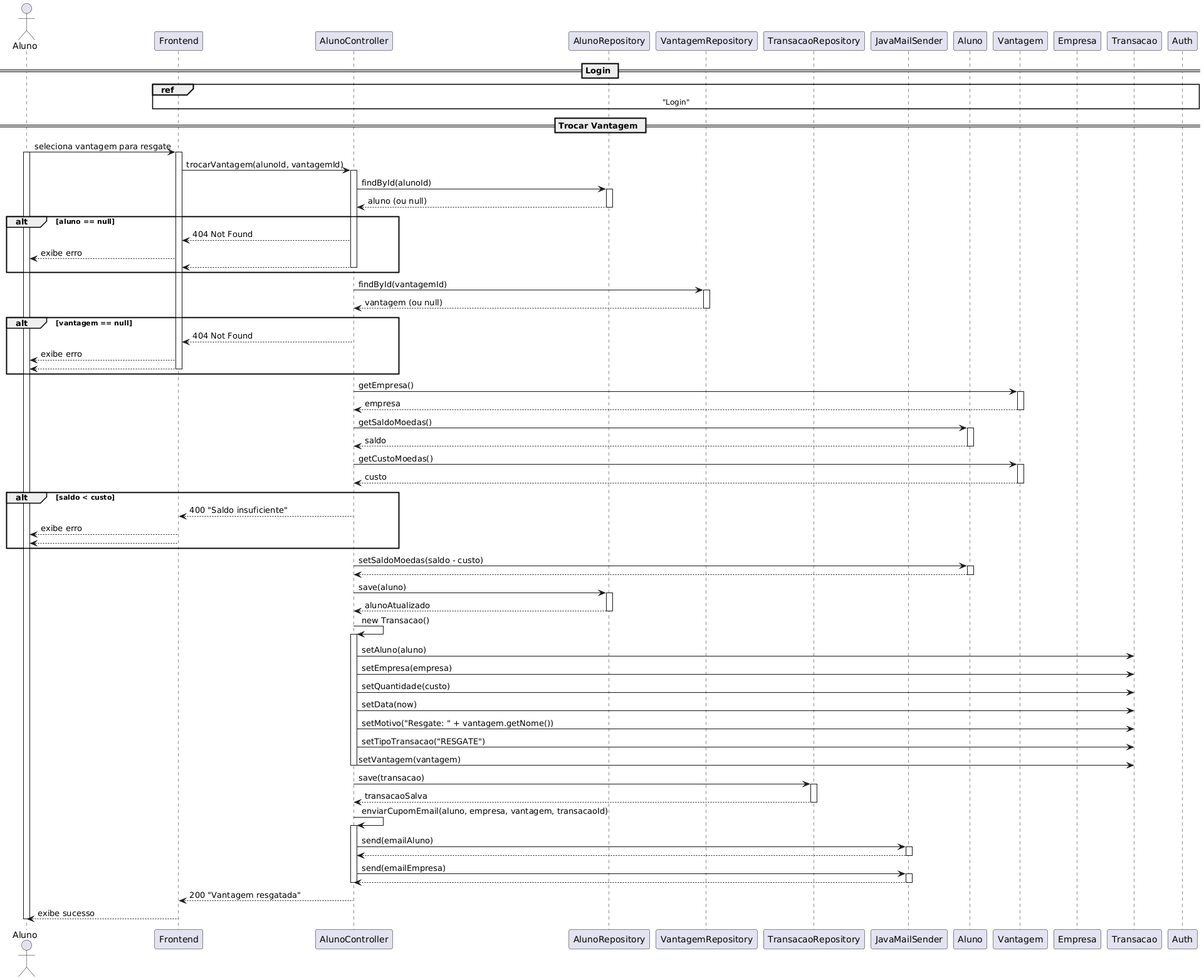
The PlantUML diagram project/Diagramas/Diagramas de Sequência/Trocar Vantagem.png in robinCrobin/Lab3-Sistema-de-moeda-estudantil, before a commit. Its diagram source:
```plantuml
@startuml
actor Aluno as AlunoActor
participant Frontend
participant "AlunoController" as Controller
participant "AlunoRepository" as AlunoRepo
participant "VantagemRepository" as VantagemRepo
participant "TransacaoRepository" as TransRepo
participant "JavaMailSender" as MailSender
participant "Aluno" as AlunoObj
participant "Vantagem" as VantagemObj
participant "Empresa" as EmpresaObj
participant "Transacao" as TransacaoObj

== Login ==
ref over Frontend, Auth
  "Login"
end ref

== Trocar Vantagem ==
AlunoActor -> Frontend : seleciona vantagem para resgate
activate Frontend
activate AlunoActor

Frontend -> Controller : trocarVantagem(alunoId, vantagemId)
activate Controller

Controller -> AlunoRepo : findById(alunoId)
activate AlunoRepo
AlunoRepo --> Controller : aluno (ou null)
deactivate AlunoRepo

alt aluno == null
    Controller --> Frontend : 404 Not Found
    Frontend --> AlunoActor : exibe erro
    return
end

Controller -> VantagemRepo : findById(vantagemId)
activate VantagemRepo
VantagemRepo --> Controller : vantagem (ou null)
deactivate VantagemRepo

alt vantagem == null
    Controller --> Frontend : 404 Not Found
    Frontend --> AlunoActor : exibe erro
    return
end

Controller -> VantagemObj : getEmpresa()
activate VantagemObj
VantagemObj --> Controller : empresa
deactivate VantagemObj

Controller -> AlunoObj : getSaldoMoedas()
activate AlunoObj
AlunoObj --> Controller : saldo
deactivate AlunoObj

Controller -> VantagemObj : getCustoMoedas()
activate VantagemObj
VantagemObj --> Controller : custo
deactivate VantagemObj

alt saldo < custo
    Controller --> Frontend : 400 "Saldo insuficiente"
    Frontend --> AlunoActor : exibe erro
    return
end

Controller -> AlunoObj : setSaldoMoedas(saldo - custo)
activate AlunoObj
AlunoObj --> Controller :
deactivate AlunoObj

Controller -> AlunoRepo : save(aluno)
activate AlunoRepo
AlunoRepo --> Controller : alunoAtualizado
deactivate AlunoRepo

Controller -> Controller : new Transacao()
activate Controller

Controller -> TransacaoObj : setAluno(aluno)
Controller -> TransacaoObj : setEmpresa(empresa)
Controller -> TransacaoObj : setQuantidade(custo)
Controller -> TransacaoObj : setData(now)
Controller -> TransacaoObj : setMotivo("Resgate: " + vantagem.getNome())
Controller -> TransacaoObj : setTipoTransacao("RESGATE")
Controller -> TransacaoObj : setVantagem(vantagem)

deactivate Controller

Controller -> TransRepo : save(transacao)
activate TransRepo
TransRepo --> Controller : transacaoSalva
deactivate TransRepo

Controller -> Controller : enviarCupomEmail(aluno, empresa, vantagem, transacaoId)
activate Controller
Controller -> MailSender : send(emailAluno)
activate MailSender
MailSender --> Controller :
deactivate MailSender

Controller -> MailSender : send(emailEmpresa)
activate MailSender
MailSender --> Controller :
deactivate MailSender
deactivate Controller

Controller --> Frontend : 200 "Vantagem resgatada"
deactivate Controller

Frontend --> AlunoActor : exibe sucesso
deactivate AlunoActor
@enduml
```
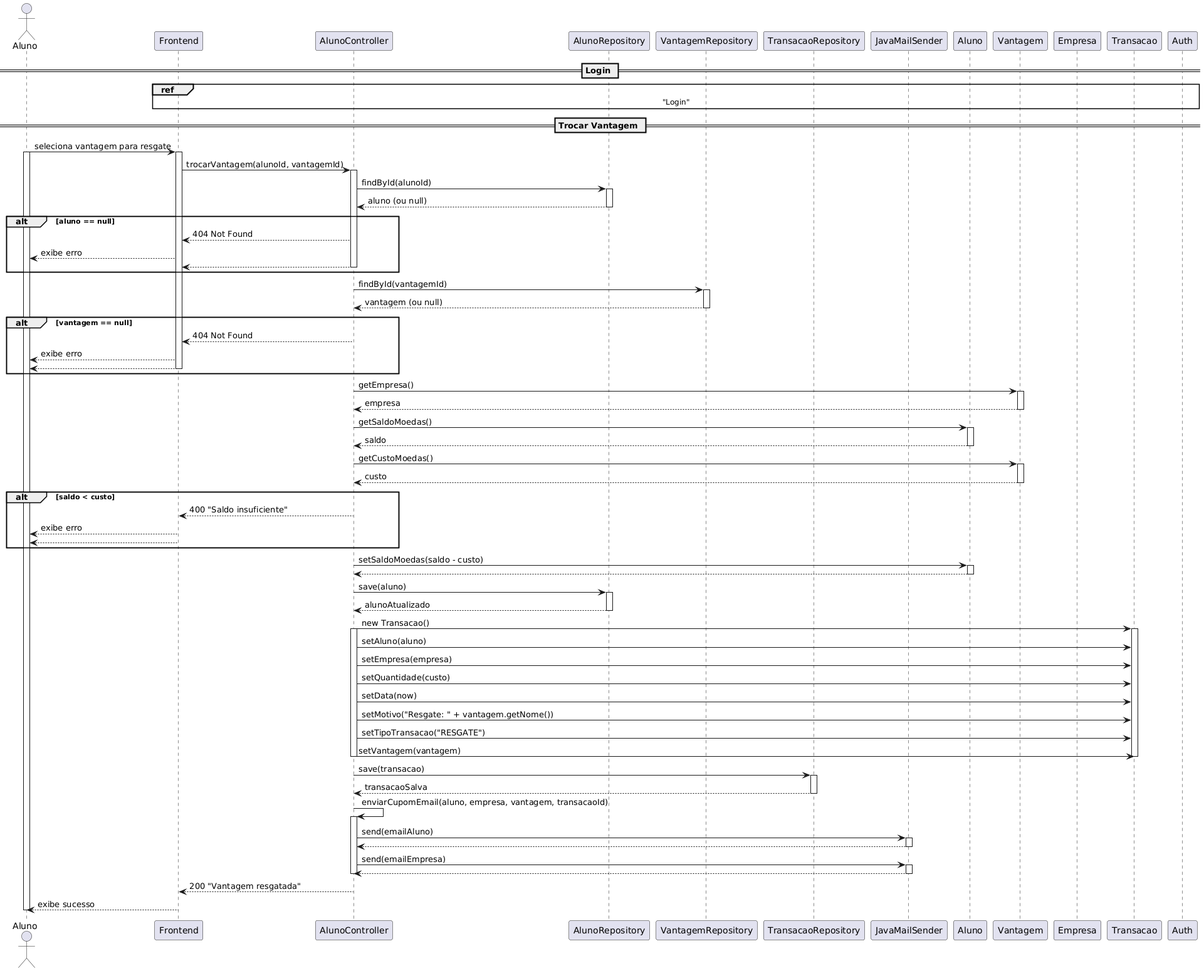
Later version of the same file.

Commit message:
correção diagrama trocar vantagem

What changed in the source:
```diff
@@ -77,8 +77,9 @@
 AlunoRepo --> Controller : alunoAtualizado
 deactivate AlunoRepo
 
-Controller -> Controller : new Transacao()
+Controller -> TransacaoObj : new Transacao()
 activate Controller
+activate TransacaoObj
 
 Controller -> TransacaoObj : setAluno(aluno)
 Controller -> TransacaoObj : setEmpresa(empresa)
@@ -88,6 +89,7 @@
 Controller -> TransacaoObj : setTipoTransacao("RESGATE")
 Controller -> TransacaoObj : setVantagem(vantagem)
 
+deactivate TransacaoObj
 deactivate Controller
 
 Controller -> TransRepo : save(transacao)
```
